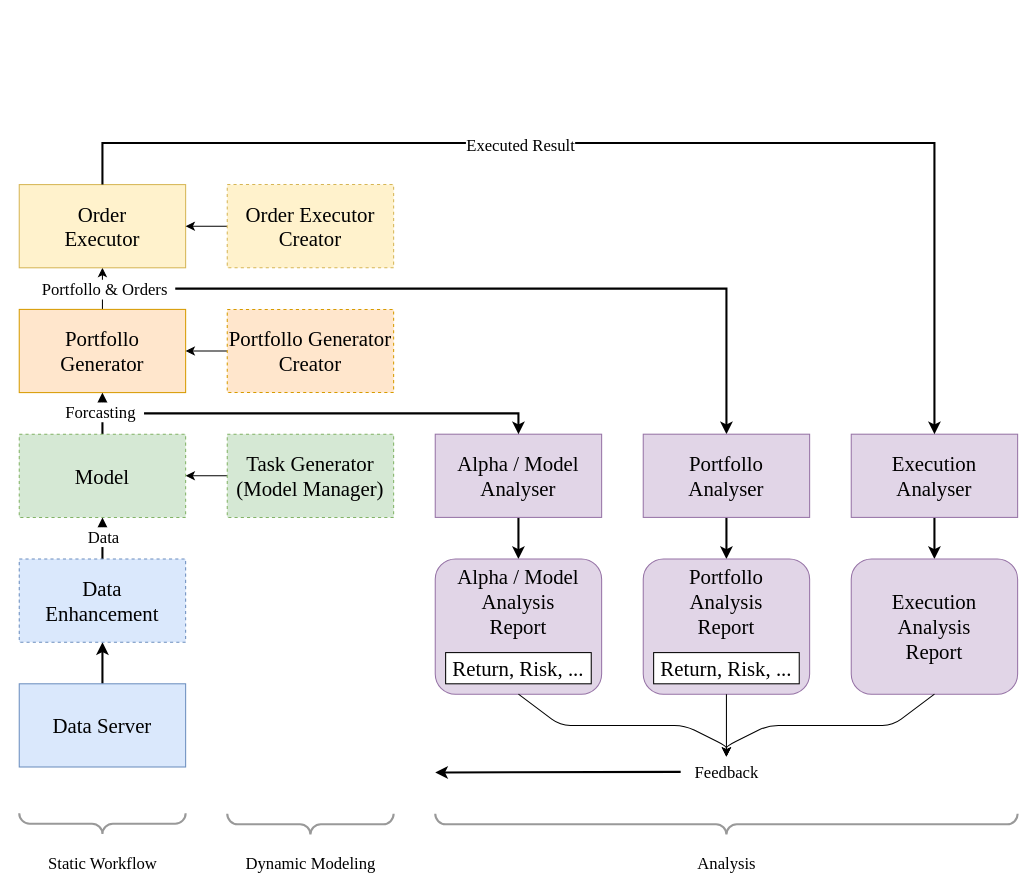
This is draw/Qlib流程.drawio from zhiyuan5986/draw_io, a draw.io file, before an edit. Source tidied: cells renumbered, new cells numbered last; positions are measured from the earlier drawing's top-left corner, leaving out a move shared by most shapes. Both pictures are drawn from the tidied source at 104%, with x=0, y=0 at pixel (19, 142).
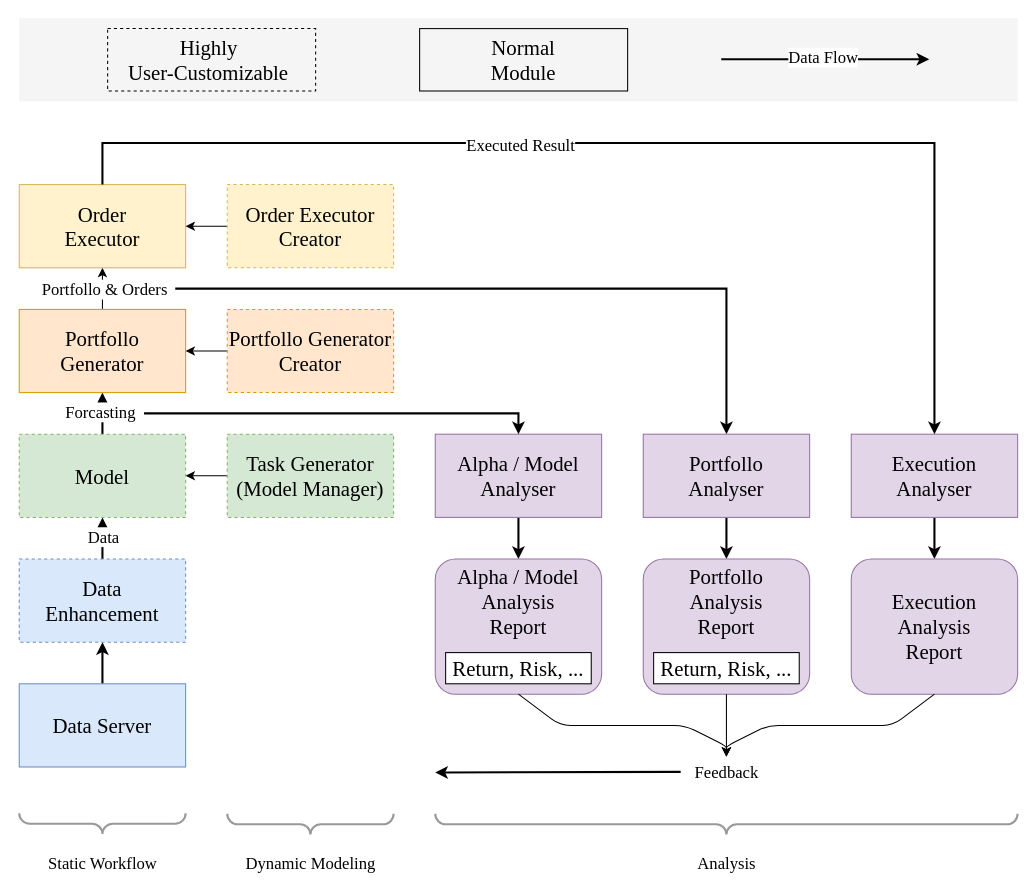
After the change.

Change to the diagram source:
```diff
@@
+    <mxCell id="46" style="rounded=0;whiteSpace=wrap;html=1;fillColor=#f5f5f5;fontColor=#333333;strokeColor=none;" parent="1" vertex="1">
+      <mxGeometry y="-120" width="960" height="80" as="geometry" />
+    </mxCell>
+    <mxCell id="47" value="&lt;font style=&quot;font-size: 20px;&quot;&gt;Highly&amp;nbsp;&lt;/font&gt;&lt;div style=&quot;font-size: 20px;&quot;&gt;&lt;font style=&quot;font-size: 20px;&quot;&gt;User-Customizable&lt;span style=&quot;white-space: pre; font-size: 20px;&quot;&gt;&#9;&lt;/span&gt;&lt;/font&gt;&lt;/div&gt;" style="rounded=0;whiteSpace=wrap;html=1;fillColor=none;dashed=1;fontFamily=Times New Roman;fontSize=20;" parent="1" vertex="1">
+      <mxGeometry x="85" y="-110" width="200" height="60" as="geometry" />
+    </mxCell>
+    <mxCell id="48" value="Normal&lt;div&gt;Module&lt;/div&gt;" style="rounded=0;whiteSpace=wrap;html=1;fillColor=none;fontFamily=Times New Roman;fontSize=20;" parent="1" vertex="1">
+      <mxGeometry x="385" y="-110" width="200" height="60" as="geometry" />
+    </mxCell>
+    <mxCell id="49" style="endArrow=classic;html=1;rounded=0;strokeWidth=2;" parent="1" edge="1">
+      <mxGeometry relative="1" as="geometry">
+        <mxPoint x="675" y="-80.5" as="sourcePoint" />
+        <mxPoint x="875" y="-80.5" as="targetPoint" />
+      </mxGeometry>
+    </mxCell>
+    <mxCell id="50" value="&lt;font style=&quot;font-size: 16px;&quot; face=&quot;Times New Roman&quot;&gt;Data Flow&lt;/font&gt;" style="edgeLabel;html=1;align=center;verticalAlign=middle;" parent="49" vertex="1">
+      <mxGeometry x="-0.03" y="2" relative="1" as="geometry" />
+    </mxCell>
```
